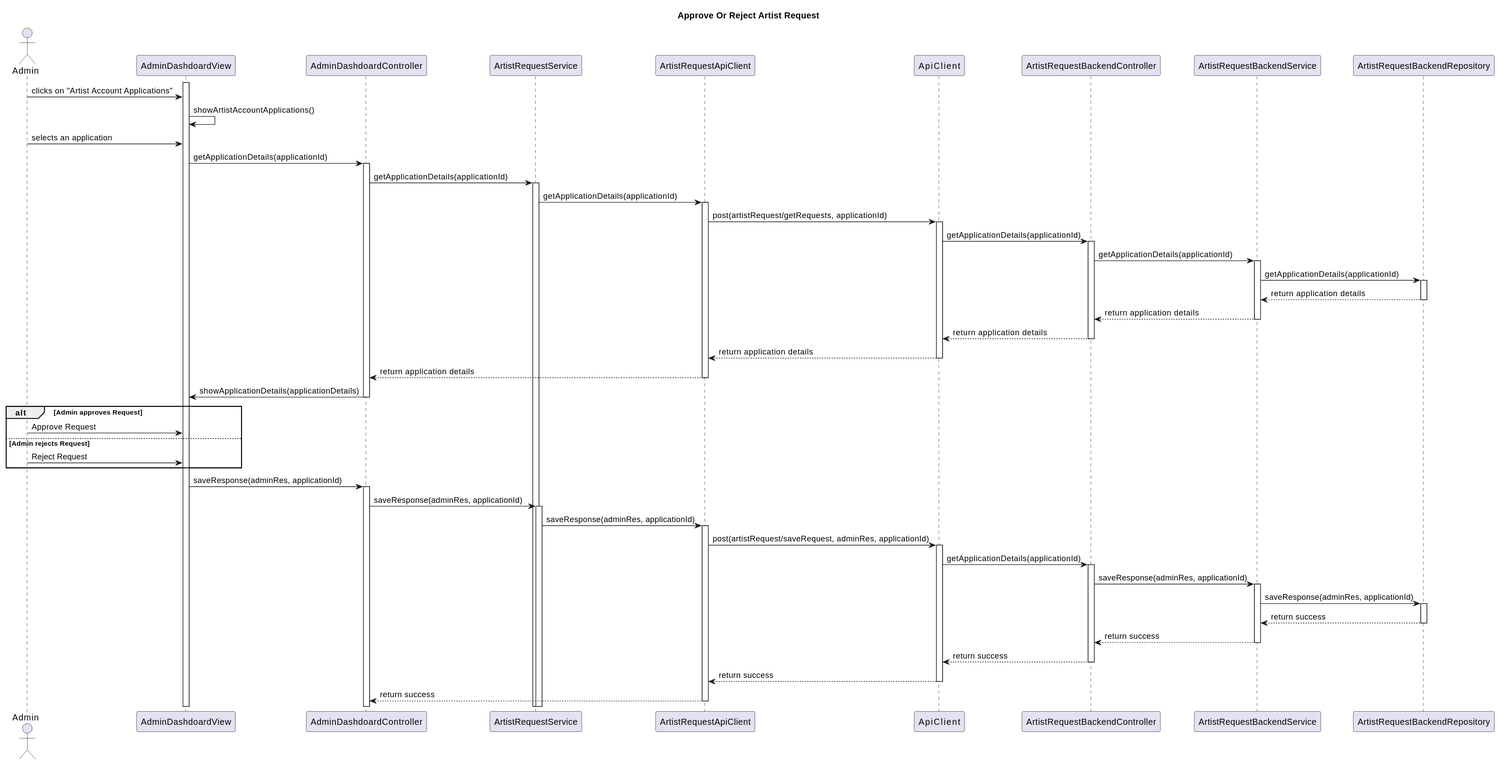
Above: Paradoteo_4/SequenceDiagrams-v0.3/ApproveOrRejectArtistRequest.svg in RubenKingCP/Tunix (PlantUML), before the change. Its diagram source:
```plantuml
@startuml
title Approve Or Reject Artist Request

actor Admin

participant AdminDashdoardView
participant AdminDashdoardController
participant ArtistRequestService
participant ArtistRequestApiClient
participant ApiService
participant ArtistRequestBackendController
participant ArtistRequestBackendService
participant ArtistRequestBackendRepository

activate AdminDashdoardView
Admin -> AdminDashdoardView : clicks on "Artist Account Applications"
AdminDashdoardView -> AdminDashdoardView : showArtistAccountApplications()
Admin -> AdminDashdoardView : selects an application
AdminDashdoardView -> AdminDashdoardController : getApplicationDetails(applicationId)
activate AdminDashdoardController
AdminDashdoardController -> ArtistRequestService : getApplicationDetails(applicationId)
activate ArtistRequestService
ArtistRequestService -> ArtistRequestApiClient : getApplicationDetails(applicationId)
activate ArtistRequestApiClient
ArtistRequestApiClient -> ApiService : post(artistRequest/getRequests, applicationId)
activate ApiService
ApiService -> ArtistRequestBackendController : getApplicationDetails(applicationId)
activate ArtistRequestBackendController
ArtistRequestBackendController -> ArtistRequestBackendService : getApplicationDetails(applicationId)
activate ArtistRequestBackendService
ArtistRequestBackendService -> ArtistRequestBackendRepository : getApplicationDetails(applicationId)
activate ArtistRequestBackendRepository
ArtistRequestBackendRepository --> ArtistRequestBackendService : return application details
deactivate ArtistRequestBackendRepository
ArtistRequestBackendService --> ArtistRequestBackendController : return application details
deactivate ArtistRequestBackendService
ArtistRequestBackendController --> ApiService : return application details
deactivate ArtistRequestBackendController
ApiService --> ArtistRequestApiClient : return application details
deactivate ApiService
ArtistRequestApiClient --> AdminDashdoardController : return application details
deactivate ArtistRequestApiClient
AdminDashdoardController -> AdminDashdoardView : showApplicationDetails(applicationDetails)
deactivate AdminDashdoardController
alt Admin approves Request
    Admin -> AdminDashdoardView : Approve Request
else Admin rejects Request
    Admin -> AdminDashdoardView : Reject Request
end
AdminDashdoardView -> AdminDashdoardController : saveResponse(adminRes, applicationId)
activate AdminDashdoardController
AdminDashdoardController -> ArtistRequestService : saveResponse(adminRes, applicationId)
activate ArtistRequestService
ArtistRequestService -> ArtistRequestApiClient : saveResponse(adminRes, applicationId)
activate ArtistRequestApiClient
ArtistRequestApiClient -> ApiService : post(artistRequest/saveRequest, adminRes, applicationId)
activate ApiService
ApiService -> ArtistRequestBackendController : getApplicationDetails(applicationId)
activate ArtistRequestBackendController
ArtistRequestBackendController -> ArtistRequestBackendService : saveResponse(adminRes, applicationId)
activate ArtistRequestBackendService
ArtistRequestBackendService -> ArtistRequestBackendRepository : saveResponse(adminRes, applicationId)
activate ArtistRequestBackendRepository
ArtistRequestBackendRepository --> ArtistRequestBackendService : return success
deactivate ArtistRequestBackendRepository
ArtistRequestBackendService --> ArtistRequestBackendController : return success
deactivate ArtistRequestBackendService
ArtistRequestBackendController --> ApiService : return success
deactivate ArtistRequestBackendController
ApiService --> ArtistRequestApiClient : return success
deactivate ApiService
ArtistRequestApiClient --> AdminDashdoardController : return success
deactivate ArtistRequestApiClient
@enduml
```
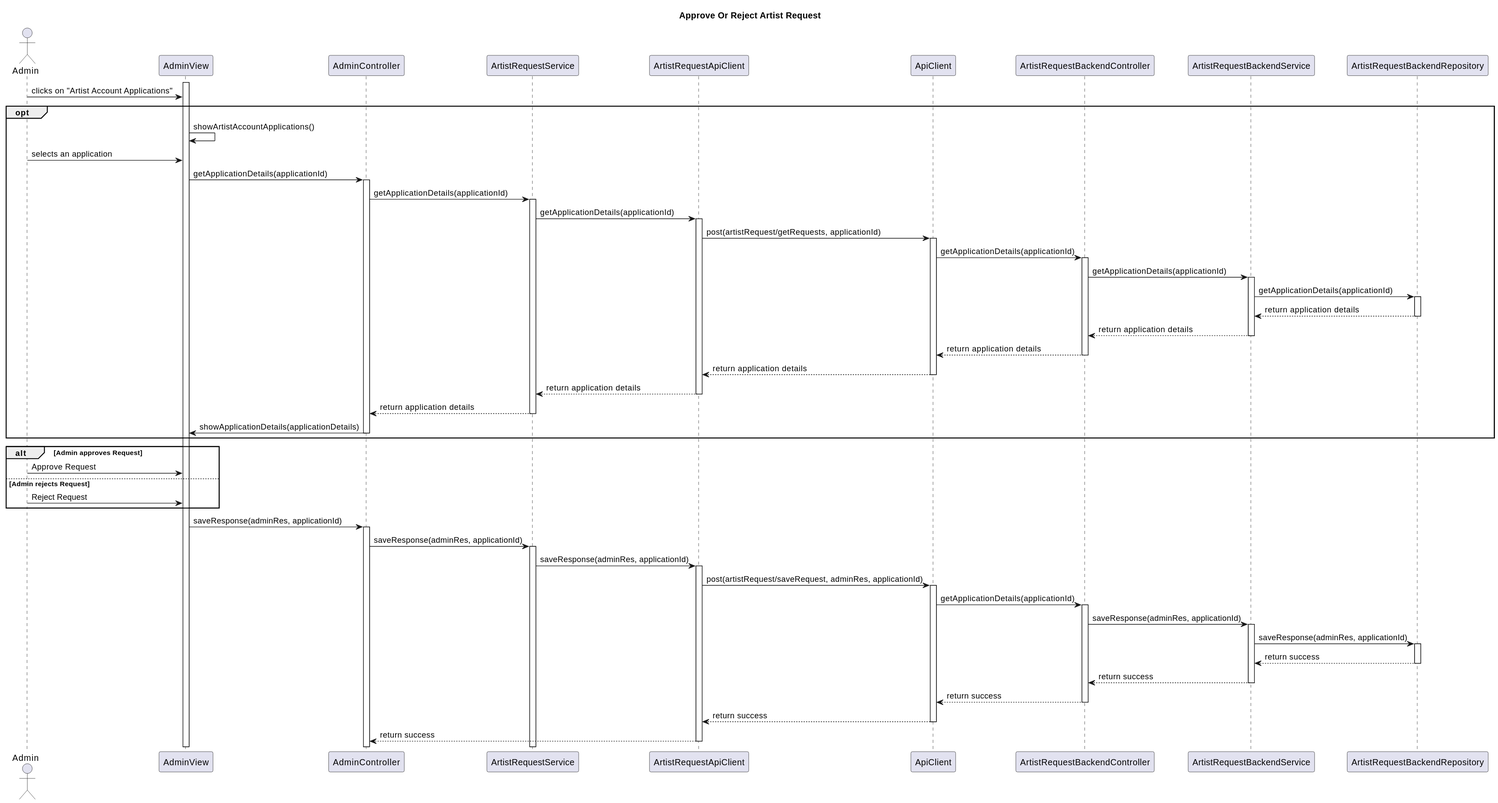
The same diagram one commit later.

Change to the diagram source:
```diff
@@ -3,28 +3,29 @@
 
 actor Admin
 
-participant AdminDashdoardView
-participant AdminDashdoardController
+participant AdminView
+participant AdminController
 participant ArtistRequestService
 participant ArtistRequestApiClient
-participant ApiService
+participant ApiClient
 participant ArtistRequestBackendController
 participant ArtistRequestBackendService
 participant ArtistRequestBackendRepository
 
-activate AdminDashdoardView
-Admin -> AdminDashdoardView : clicks on "Artist Account Applications"
-AdminDashdoardView -> AdminDashdoardView : showArtistAccountApplications()
-Admin -> AdminDashdoardView : selects an application
-AdminDashdoardView -> AdminDashdoardController : getApplicationDetails(applicationId)
-activate AdminDashdoardController
-AdminDashdoardController -> ArtistRequestService : getApplicationDetails(applicationId)
+activate AdminView
+Admin -> AdminView : clicks on "Artist Account Applications"
+opt
+AdminView -> AdminView : showArtistAccountApplications()
+Admin -> AdminView : selects an application
+AdminView -> AdminController : getApplicationDetails(applicationId)
+activate AdminController
+AdminController -> ArtistRequestService : getApplicationDetails(applicationId)
 activate ArtistRequestService
 ArtistRequestService -> ArtistRequestApiClient : getApplicationDetails(applicationId)
 activate ArtistRequestApiClient
-ArtistRequestApiClient -> ApiService : post(artistRequest/getRequests, applicationId)
-activate ApiService
-ApiService -> ArtistRequestBackendController : getApplicationDetails(applicationId)
+ArtistRequestApiClient -> ApiClient : post(artistRequest/getRequests, applicationId)
+activate ApiClient
+ApiClient -> ArtistRequestBackendController : getApplicationDetails(applicationId)
 activate ArtistRequestBackendController
 ArtistRequestBackendController -> ArtistRequestBackendService : getApplicationDetails(applicationId)
 activate ArtistRequestBackendService
@@ -34,28 +35,32 @@
 deactivate ArtistRequestBackendRepository
 ArtistRequestBackendService --> ArtistRequestBackendController : return application details
 deactivate ArtistRequestBackendService
-ArtistRequestBackendController --> ApiService : return application details
+ArtistRequestBackendController --> ApiClient : return application details
 deactivate ArtistRequestBackendController
-ApiService --> ArtistRequestApiClient : return application details
-deactivate ApiService
-ArtistRequestApiClient --> AdminDashdoardController : return application details
+ApiClient --> ArtistRequestApiClient : return application details
+deactivate ApiClient
+ArtistRequestApiClient --> ArtistRequestService : return application details
+
 deactivate ArtistRequestApiClient
-AdminDashdoardController -> AdminDashdoardView : showApplicationDetails(applicationDetails)
-deactivate AdminDashdoardController
+ArtistRequestService --> AdminController : return application details
+deactivate ArtistRequestService
+AdminController -> AdminView : showApplicationDetails(applicationDetails)
+deactivate AdminController
+end
 alt Admin approves Request
-    Admin -> AdminDashdoardView : Approve Request
+    Admin -> AdminView : Approve Request
 else Admin rejects Request
-    Admin -> AdminDashdoardView : Reject Request
+    Admin -> AdminView : Reject Request
 end
-AdminDashdoardView -> AdminDashdoardController : saveResponse(adminRes, applicationId)
-activate AdminDashdoardController
-AdminDashdoardController -> ArtistRequestService : saveResponse(adminRes, applicationId)
+AdminView -> AdminController : saveResponse(adminRes, applicationId)
+activate AdminController
+AdminController -> ArtistRequestService : saveResponse(adminRes, applicationId)
 activate ArtistRequestService
 ArtistRequestService -> ArtistRequestApiClient : saveResponse(adminRes, applicationId)
 activate ArtistRequestApiClient
-ArtistRequestApiClient -> ApiService : post(artistRequest/saveRequest, adminRes, applicationId)
-activate ApiService
-ApiService -> ArtistRequestBackendController : getApplicationDetails(applicationId)
+ArtistRequestApiClient -> ApiClient : post(artistRequest/saveRequest, adminRes, applicationId)
+activate ApiClient
+ApiClient -> ArtistRequestBackendController : getApplicationDetails(applicationId)
 activate ArtistRequestBackendController
 ArtistRequestBackendController -> ArtistRequestBackendService : saveResponse(adminRes, applicationId)
 activate ArtistRequestBackendService
@@ -65,10 +70,10 @@
 deactivate ArtistRequestBackendRepository
 ArtistRequestBackendService --> ArtistRequestBackendController : return success
 deactivate ArtistRequestBackendService
-ArtistRequestBackendController --> ApiService : return success
+ArtistRequestBackendController --> ApiClient : return success
 deactivate ArtistRequestBackendController
-ApiService --> ArtistRequestApiClient : return success
-deactivate ApiService
-ArtistRequestApiClient --> AdminDashdoardController : return success
+ApiClient --> ArtistRequestApiClient : return success
+deactivate ApiClient
+ArtistRequestApiClient --> AdminController : return success
 deactivate ArtistRequestApiClient
 @enduml
```
